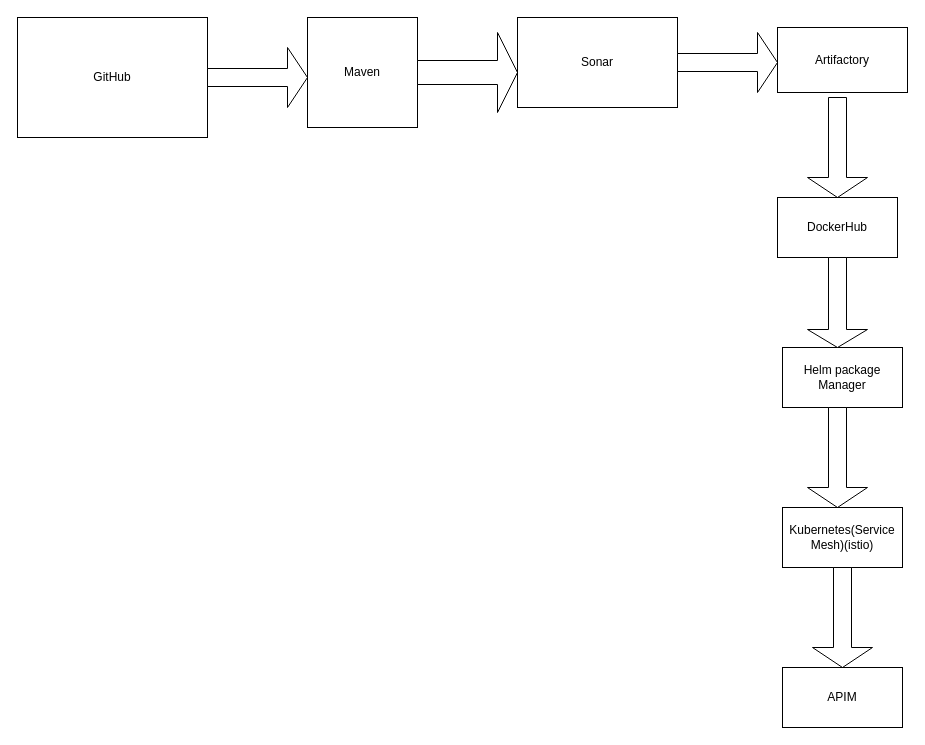
This is devopspipeline.drawio from Prabhu4tx/azdevopspipelineflow, a draw.io file, before an edit. Source tidied: cells renumbered, new cells numbered last; positions are measured from the earlier drawing's top-left corner, leaving out a move shared by most shapes. Both pictures are drawn from the tidied source at 100%, with x=0, y=0 at pixel (17, 17).
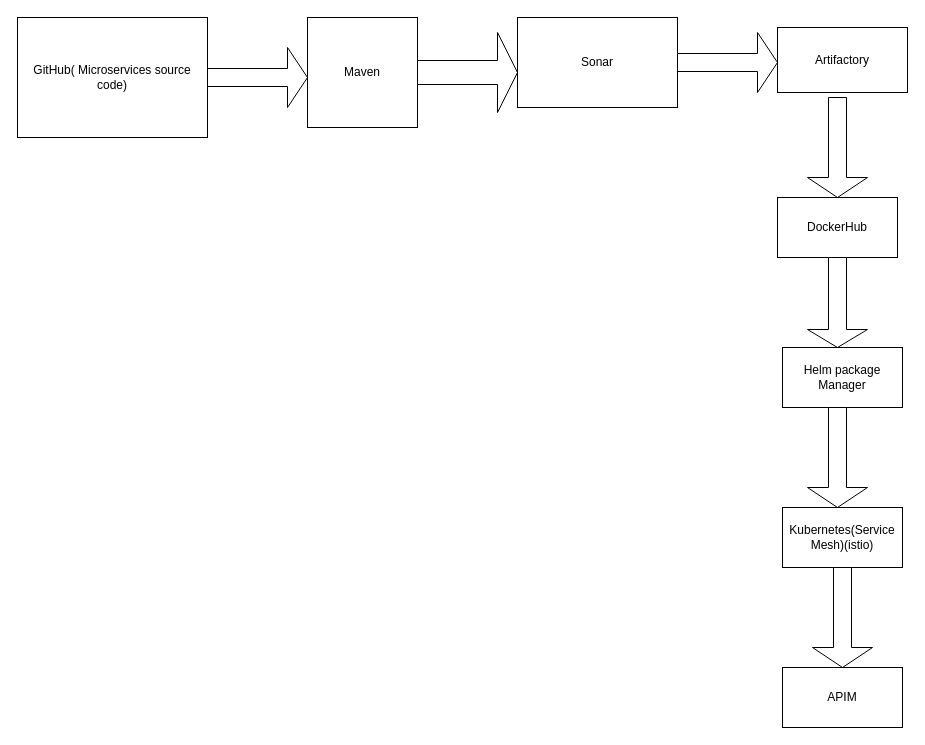
The same page after the edit.

The edit, as a diff of the source:
```diff
@@
 <mxGraphModel>
   <root>
     <mxCell id="0" />
     <mxCell id="1" parent="0" />
-    <mxCell id="2" value="GitHub" style="rounded=0;whiteSpace=wrap;html=1;" parent="1" vertex="1">
+    <mxCell id="2" value="GitHub( Microservices source code)" style="rounded=0;whiteSpace=wrap;html=1;" parent="1" vertex="1">
       <mxGeometry width="190" height="120" as="geometry" />
     </mxCell>
     <mxCell id="3" style="shape=singleArrow;whiteSpace=wrap;html=1;" parent="1" vertex="1">
       <mxGeometry x="190" y="30" width="100" height="60" as="geometry" />
     </mxCell>
     <mxCell id="4" value="Maven" style="whiteSpace=wrap;html=1;" parent="1" vertex="1">
       <mxGeometry x="290" width="110" height="110" as="geometry" />
     </mxCell>
     <mxCell id="5" style="shape=singleArrow;whiteSpace=wrap;html=1;" parent="1" vertex="1">
       <mxGeometry x="400" y="15" width="100" height="80" as="geometry" />
     </mxCell>
     <mxCell id="6" value="Sonar" style="rounded=0;whiteSpace=wrap;html=1;" parent="1" vertex="1">
       <mxGeometry x="500" width="160" height="90" as="geometry" />
     </mxCell>
     <mxCell id="7" style="shape=singleArrow;whiteSpace=wrap;html=1;" parent="1" vertex="1">
       <mxGeometry x="660" y="15" width="100" height="60" as="geometry" />
     </mxCell>
     <mxCell id="8" value="Artifactory" style="rounded=0;whiteSpace=wrap;html=1;" parent="1" vertex="1">
       <mxGeometry x="760" y="10" width="130" height="65" as="geometry" />
     </mxCell>
     <mxCell id="9" style="shape=singleArrow;whiteSpace=wrap;html=1;rotation=90;" parent="1" vertex="1">
       <mxGeometry x="770" y="100" width="100" height="60" as="geometry" />
     </mxCell>
     <mxCell id="10" value="DockerHub" style="rounded=0;whiteSpace=wrap;html=1;" parent="1" vertex="1">
       <mxGeometry x="760" y="180" width="120" height="60" as="geometry" />
     </mxCell>
     <mxCell id="11" value="Helm package Manager" style="rounded=0;whiteSpace=wrap;html=1;" parent="1" vertex="1">
       <mxGeometry x="765" y="330" width="120" height="60" as="geometry" />
     </mxCell>
     <mxCell id="12" style="shape=singleArrow;direction=south;whiteSpace=wrap;html=1;" parent="1" vertex="1">
       <mxGeometry x="790" y="240" width="60" height="90" as="geometry" />
     </mxCell>
     <mxCell id="13" style="shape=singleArrow;direction=south;whiteSpace=wrap;html=1;" parent="1" vertex="1">
       <mxGeometry x="790" y="390" width="60" height="100" as="geometry" />
     </mxCell>
     <mxCell id="14" value="Kubernetes(Service Mesh)(istio)" style="rounded=0;whiteSpace=wrap;html=1;" parent="1" vertex="1">
       <mxGeometry x="765" y="490" width="120" height="60" as="geometry" />
     </mxCell>
     <mxCell id="15" style="shape=singleArrow;direction=south;whiteSpace=wrap;html=1;" parent="1" vertex="1">
       <mxGeometry x="795" y="550" width="60" height="100" as="geometry" />
     </mxCell>
     <mxCell id="16" value="APIM" style="rounded=0;whiteSpace=wrap;html=1;" parent="1" vertex="1">
       <mxGeometry x="765" y="650" width="120" height="60" as="geometry" />
     </mxCell>
   </root>
 </mxGraphModel>
```
